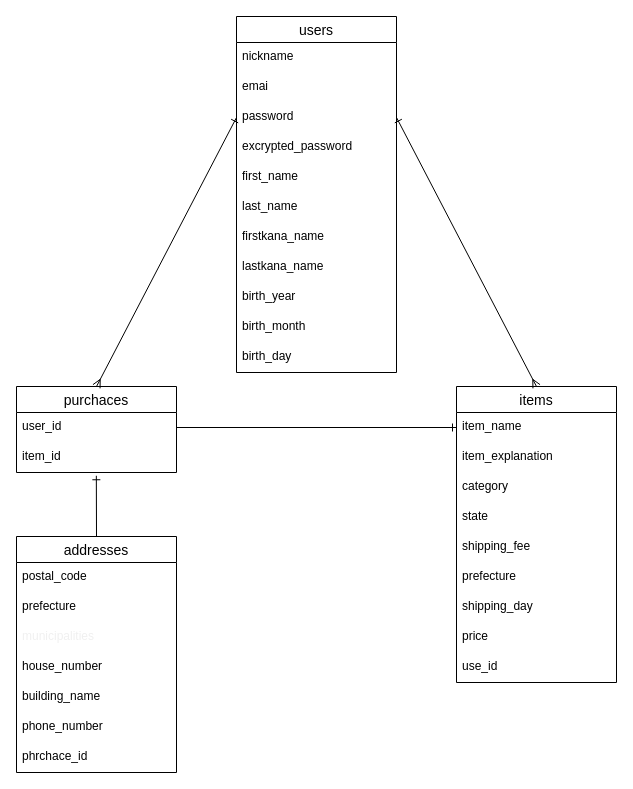
Earlier version of the draw.io diagram furima.dio (satodai-67/furima-36470). Source tidied: cells renumbered, new cells numbered last; positions are measured from the earlier drawing's top-left corner, leaving out a move shared by most shapes. Both pictures are drawn from the tidied source at 100%, with x=0, y=0 at pixel (16, 16).
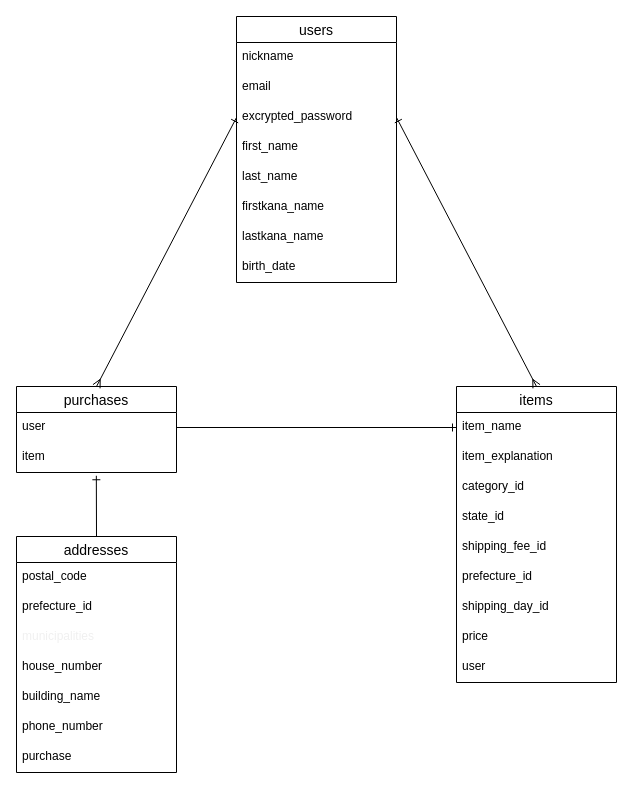
After the change.

Unchanged cells that the change refers to:
```xml
<mxCell id="14" value="items" style="swimlane;fontStyle=0;horizontal=1;startSize=26;align=center;fontSize=14;" parent="1" vertex="1">
  <mxGeometry x="440" y="370" width="160" height="296" as="geometry" />
</mxCell>
<mxCell id="27" value="addresses" style="swimlane;fontStyle=0;horizontal=1;startSize=26;align=center;fontSize=14;" parent="1" vertex="1">
  <mxGeometry y="520" width="160" height="236" as="geometry" />
</mxCell>
```

The edit, as a diff of the source:
```diff
@@
     <mxCell id="2" value="users" style="swimlane;fontStyle=0;horizontal=1;startSize=26;align=center;fontSize=14;" parent="1" vertex="1">
-      <mxGeometry x="220" width="160" height="356" as="geometry" />
+      <mxGeometry x="220" width="160" height="266" as="geometry" />
     </mxCell>
@@
-    <mxCell id="4" value="emai        &#10;" style="text;strokeColor=none;fillColor=none;spacingLeft=4;spacingRight=4;overflow=hidden;fontSize=12;" parent="2" vertex="1">
+    <mxCell id="4" value="email" style="text;strokeColor=none;fillColor=none;spacingLeft=4;spacingRight=4;overflow=hidden;fontSize=12;" parent="2" vertex="1">
       <mxGeometry y="56" width="160" height="30" as="geometry" />
     </mxCell>
-    <mxCell id="5" value="password" style="text;strokeColor=none;fillColor=none;spacingLeft=4;spacingRight=4;overflow=hidden;points=[[0,0.5],[1,0.5]];portConstraint=eastwest;fontSize=12;" parent="2" vertex="1">
-      <mxGeometry y="86" width="160" height="30" as="geometry" />
-    </mxCell>
     <mxCell id="6" value="excrypted_password" style="text;strokeColor=none;fillColor=none;spacingLeft=4;spacingRight=4;overflow=hidden;fontSize=12;" parent="2" vertex="1">
-      <mxGeometry y="116" width="160" height="30" as="geometry" />
+      <mxGeometry y="86" width="160" height="30" as="geometry" />
     </mxCell>
     <mxCell id="7" value="first_name" style="text;strokeColor=none;fillColor=none;spacingLeft=4;spacingRight=4;overflow=hidden;fontSize=12;" parent="2" vertex="1">
-      <mxGeometry y="146" width="160" height="30" as="geometry" />
+      <mxGeometry y="116" width="160" height="30" as="geometry" />
     </mxCell>
     <mxCell id="8" value="last_name" style="text;strokeColor=none;fillColor=none;spacingLeft=4;spacingRight=4;overflow=hidden;fontSize=12;" parent="2" vertex="1">
-      <mxGeometry y="176" width="160" height="30" as="geometry" />
+      <mxGeometry y="146" width="160" height="30" as="geometry" />
     </mxCell>
     <mxCell id="9" value="firstkana_name" style="text;strokeColor=none;fillColor=none;spacingLeft=4;spacingRight=4;overflow=hidden;fontSize=12;" parent="2" vertex="1">
-      <mxGeometry y="206" width="160" height="30" as="geometry" />
+      <mxGeometry y="176" width="160" height="30" as="geometry" />
     </mxCell>
     <mxCell id="10" value="lastkana_name" style="text;strokeColor=none;fillColor=none;spacingLeft=4;spacingRight=4;overflow=hidden;fontSize=12;" parent="2" vertex="1">
-      <mxGeometry y="236" width="160" height="30" as="geometry" />
+      <mxGeometry y="206" width="160" height="30" as="geometry" />
     </mxCell>
-    <mxCell id="11" value="birth_year" style="text;strokeColor=none;fillColor=none;spacingLeft=4;spacingRight=4;overflow=hidden;fontSize=12;" parent="2" vertex="1">
-      <mxGeometry y="266" width="160" height="30" as="geometry" />
+    <mxCell id="11" value="birth_date" style="text;strokeColor=none;fillColor=none;spacingLeft=4;spacingRight=4;overflow=hidden;fontSize=12;" parent="2" vertex="1">
+      <mxGeometry y="236" width="160" height="30" as="geometry" />
     </mxCell>
-    <mxCell id="12" value="birth_month" style="text;strokeColor=none;fillColor=none;spacingLeft=4;spacingRight=4;overflow=hidden;fontSize=12;" parent="2" vertex="1">
-      <mxGeometry y="296" width="160" height="30" as="geometry" />
-    </mxCell>
-    <mxCell id="13" value="birth_day" style="text;strokeColor=none;fillColor=none;spacingLeft=4;spacingRight=4;overflow=hidden;fontSize=12;" parent="2" vertex="1">
-      <mxGeometry y="326" width="160" height="30" as="geometry" />
-    </mxCell>
@@
-    <mxCell id="17" value="category" style="text;strokeColor=none;fillColor=none;spacingLeft=4;spacingRight=4;overflow=hidden;fontSize=12;" parent="14" vertex="1">
+    <mxCell id="17" value="category_id" style="text;strokeColor=none;fillColor=none;spacingLeft=4;spacingRight=4;overflow=hidden;fontSize=12;" parent="14" vertex="1">
       <mxGeometry y="86" width="160" height="30" as="geometry" />
     </mxCell>
-    <mxCell id="18" value="state" style="text;strokeColor=none;fillColor=none;spacingLeft=4;spacingRight=4;overflow=hidden;fontSize=12;" parent="14" vertex="1">
+    <mxCell id="18" value="state_id" style="text;strokeColor=none;fillColor=none;spacingLeft=4;spacingRight=4;overflow=hidden;fontSize=12;" parent="14" vertex="1">
       <mxGeometry y="116" width="160" height="30" as="geometry" />
     </mxCell>
-    <mxCell id="19" value="shipping_fee" style="text;strokeColor=none;fillColor=none;spacingLeft=4;spacingRight=4;overflow=hidden;fontSize=12;" parent="14" vertex="1">
+    <mxCell id="19" value="shipping_fee_id" style="text;strokeColor=none;fillColor=none;spacingLeft=4;spacingRight=4;overflow=hidden;fontSize=12;" parent="14" vertex="1">
       <mxGeometry y="146" width="160" height="30" as="geometry" />
     </mxCell>
-    <mxCell id="20" value="prefecture" style="text;strokeColor=none;fillColor=none;spacingLeft=4;spacingRight=4;overflow=hidden;fontSize=12;" parent="14" vertex="1">
+    <mxCell id="20" value="prefecture_id" style="text;strokeColor=none;fillColor=none;spacingLeft=4;spacingRight=4;overflow=hidden;fontSize=12;" parent="14" vertex="1">
       <mxGeometry y="176" width="160" height="30" as="geometry" />
     </mxCell>
-    <mxCell id="21" value="shipping_day" style="text;strokeColor=none;fillColor=none;spacingLeft=4;spacingRight=4;overflow=hidden;fontSize=12;" parent="14" vertex="1">
+    <mxCell id="21" value="shipping_day_id" style="text;strokeColor=none;fillColor=none;spacingLeft=4;spacingRight=4;overflow=hidden;fontSize=12;" parent="14" vertex="1">
       <mxGeometry y="206" width="160" height="30" as="geometry" />
     </mxCell>
@@
-    <mxCell id="23" value="use_id" style="text;strokeColor=none;fillColor=none;spacingLeft=4;spacingRight=4;overflow=hidden;fontSize=12;" parent="14" vertex="1">
+    <mxCell id="23" value="user" style="text;strokeColor=none;fillColor=none;spacingLeft=4;spacingRight=4;overflow=hidden;fontSize=12;" parent="14" vertex="1">
       <mxGeometry y="266" width="160" height="30" as="geometry" />
     </mxCell>
-    <mxCell id="24" value="purchaces" style="swimlane;fontStyle=0;horizontal=1;startSize=26;align=center;fontSize=14;" parent="1" vertex="1">
+    <mxCell id="24" value="purchases" style="swimlane;fontStyle=0;horizontal=1;startSize=26;align=center;fontSize=14;" parent="1" vertex="1">
       <mxGeometry y="370" width="160" height="86" as="geometry" />
     </mxCell>
-    <mxCell id="25" value="user_id" style="text;strokeColor=none;fillColor=none;spacingLeft=4;spacingRight=4;overflow=hidden;points=[[0,0.5],[1,0.5]];portConstraint=eastwest;fontSize=12;" parent="24" vertex="1">
+    <mxCell id="25" value="user" style="text;strokeColor=none;fillColor=none;spacingLeft=4;spacingRight=4;overflow=hidden;points=[[0,0.5],[1,0.5]];portConstraint=eastwest;fontSize=12;" parent="24" vertex="1">
       <mxGeometry y="26" width="160" height="30" as="geometry" />
     </mxCell>
-    <mxCell id="26" value="item_id" style="text;strokeColor=none;fillColor=none;spacingLeft=4;spacingRight=4;overflow=hidden;points=[[0,0.5],[1,0.5]];portConstraint=eastwest;fontSize=12;" parent="24" vertex="1">
+    <mxCell id="26" value="item" style="text;strokeColor=none;fillColor=none;spacingLeft=4;spacingRight=4;overflow=hidden;points=[[0,0.5],[1,0.5]];portConstraint=eastwest;fontSize=12;" parent="24" vertex="1">
       <mxGeometry y="56" width="160" height="30" as="geometry" />
     </mxCell>
@@
-    <mxCell id="29" value="prefecture" style="text;strokeColor=none;fillColor=none;spacingLeft=4;spacingRight=4;overflow=hidden;fontSize=12;" parent="27" vertex="1">
+    <mxCell id="29" value="prefecture_id" style="text;strokeColor=none;fillColor=none;spacingLeft=4;spacingRight=4;overflow=hidden;fontSize=12;" parent="27" vertex="1">
       <mxGeometry y="56" width="160" height="30" as="geometry" />
     </mxCell>
@@
-    <mxCell id="34" value="phrchace_id" style="text;strokeColor=none;fillColor=none;spacingLeft=4;spacingRight=4;overflow=hidden;fontSize=12;" parent="27" vertex="1">
+    <mxCell id="34" value="purchase" style="text;strokeColor=none;fillColor=none;spacingLeft=4;spacingRight=4;overflow=hidden;fontSize=12;" parent="27" vertex="1">
       <mxGeometry y="206" width="160" height="30" as="geometry" />
     </mxCell>
-    <mxCell id="35" style="edgeStyle=none;html=1;exitX=1;exitY=0.5;exitDx=0;exitDy=0;fontColor=#F0F0F0;endArrow=ERmany;endFill=0;startArrow=ERone;startFill=0;entryX=0.5;entryY=0;entryDx=0;entryDy=0;" parent="1" edge="1" source="5" target="14">
-      <mxGeometry relative="1" as="geometry" />
+    <mxCell id="35" style="edgeStyle=none;html=1;exitX=1;exitY=0.5;exitDx=0;exitDy=0;fontColor=#F0F0F0;endArrow=ERmany;endFill=0;startArrow=ERone;startFill=0;entryX=0.5;entryY=0;entryDx=0;entryDy=0;" parent="1" edge="1" target="14">
+      <mxGeometry relative="1" as="geometry">
+        <mxPoint x="380" y="101" as="sourcePoint" />
+      </mxGeometry>
     </mxCell>
-    <mxCell id="36" style="edgeStyle=none;html=1;exitX=0;exitY=0.5;exitDx=0;exitDy=0;entryX=0.5;entryY=0;entryDx=0;entryDy=0;fontColor=#F0F0F0;startArrow=ERone;startFill=0;endArrow=ERmany;endFill=0;" parent="1" edge="1" source="5" target="24">
-      <mxGeometry relative="1" as="geometry" />
+    <mxCell id="36" style="edgeStyle=none;html=1;exitX=0;exitY=0.5;exitDx=0;exitDy=0;entryX=0.5;entryY=0;entryDx=0;entryDy=0;fontColor=#F0F0F0;startArrow=ERone;startFill=0;endArrow=ERmany;endFill=0;" parent="1" edge="1" target="24">
+      <mxGeometry relative="1" as="geometry">
+        <mxPoint x="220" y="101" as="sourcePoint" />
+      </mxGeometry>
     </mxCell>
```
